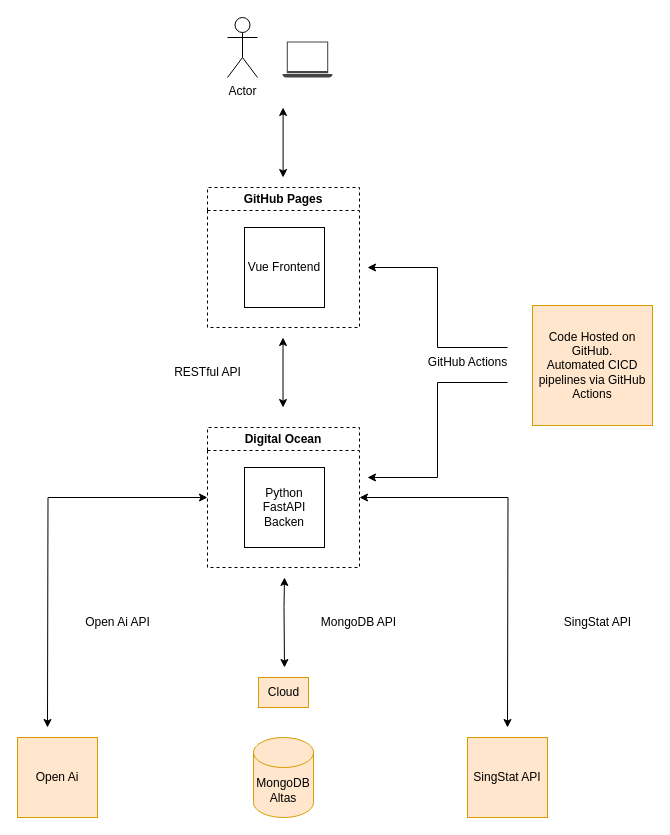
ZhiCheng-Lucas/CareerCompass keeps this draw.io diagram as sequence_diagram/architecture_diagram.drawio. Above is the earlier version. Source tidied: cells renumbered, new cells numbered last; positions are measured from the earlier drawing's top-left corner, leaving out a move shared by most shapes. Both pictures are drawn from the tidied source at 100%, with x=0, y=0 at pixel (17, 17).
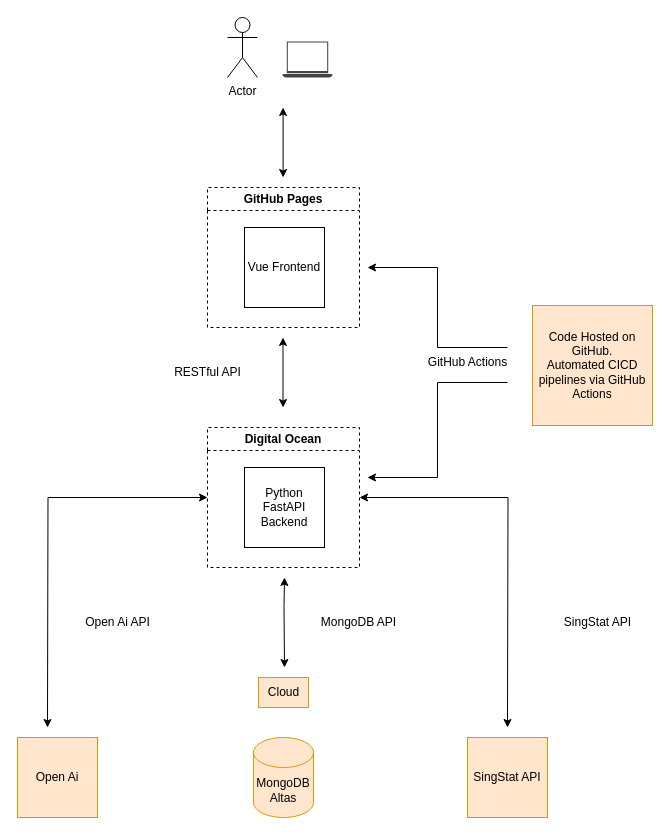
The same page after the edit.

Commit message (it also covers changes not shown here):
update architecture diagram image

The change refers to these unchanged cells:
```xml
<mxCell id="5" value="Digital Ocean" style="swimlane;whiteSpace=wrap;html=1;dashed=1;" parent="1" vertex="1">
  <mxGeometry x="190" y="410" width="152" height="140" as="geometry" />
</mxCell>
```

The edit, as a diff of the source:
```diff
@@
-    <mxCell id="6" value="Python FastAPI Backen" style="whiteSpace=wrap;html=1;" parent="5" vertex="1">
+    <mxCell id="6" value="Python FastAPI Backend" style="whiteSpace=wrap;html=1;" parent="5" vertex="1">
       <mxGeometry x="37" y="40" width="80" height="80" as="geometry" />
     </mxCell>
```
